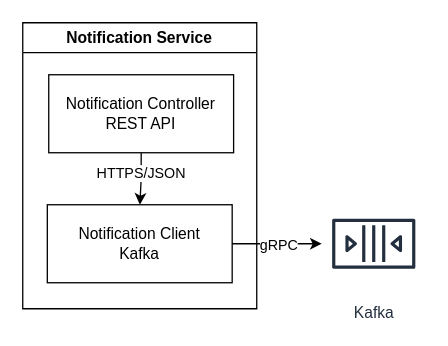
Above: page "Notification" (6 of 6) of ABC C1.drawio in IlyaMoskva/diagrams (draw.io), before the change. Source tidied: cells renumbered, new cells numbered last; positions are measured from the earlier drawing's top-left corner, leaving out a move shared by most shapes. Both pictures are drawn from the tidied source at 130%, with x=0, y=0 at pixel (22, 22).
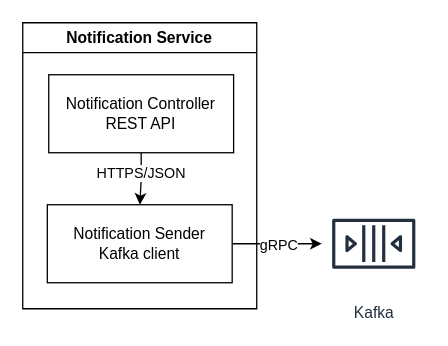
After the change.

What changed in the source:
```diff
@@
 <mxGraphModel>
   <root>
     <mxCell id="0" />
     <mxCell id="1" parent="0" />
     <mxCell id="2" value="Notification Service" style="swimlane;whiteSpace=wrap;html=1;" parent="1" vertex="1">
       <mxGeometry width="180" height="220" as="geometry" />
     </mxCell>
     <mxCell id="3" style="edgeStyle=orthogonalEdgeStyle;rounded=0;jettySize=auto;html=1;" parent="2" edge="1" source="5">
       <mxGeometry relative="1" as="geometry">
         <mxPoint x="90.1" y="140" as="targetPoint" />
       </mxGeometry>
     </mxCell>
     <mxCell id="4" value="HTTPS/JSON" style="edgeLabel;html=1;align=center;verticalAlign=middle;" parent="3" vertex="1">
       <mxGeometry x="-0.25" y="-1" relative="1" as="geometry" />
     </mxCell>
     <mxCell id="5" value="&lt;div&gt;Notification Controller&lt;/div&gt;&lt;div&gt;REST API&lt;/div&gt;" style="whiteSpace=wrap;html=1;" parent="2" vertex="1">
       <mxGeometry x="20" y="40" width="142.2" height="60" as="geometry" />
     </mxCell>
-    <mxCell id="6" value="Notification Client&lt;div&gt;Kafka&lt;/div&gt;" style="whiteSpace=wrap;html=1;" parent="2" vertex="1">
+    <mxCell id="6" value="Notification Sender&lt;div&gt;Kafka client&lt;/div&gt;" style="whiteSpace=wrap;html=1;" parent="2" vertex="1">
       <mxGeometry x="18.9" y="140" width="142.2" height="60" as="geometry" />
     </mxCell>
     <mxCell id="7" value="Kafka" style="sketch=0;outlineConnect=0;fontColor=#232F3E;gradientColor=none;strokeColor=#232F3E;fillColor=#ffffff;dashed=0;verticalLabelPosition=bottom;verticalAlign=top;align=center;html=1;fontSize=12;fontStyle=0;shape=mxgraph.aws4.resourceIcon;resIcon=mxgraph.aws4.queue;" parent="1" vertex="1">
       <mxGeometry x="230" y="130" width="80" height="80" as="geometry" />
     </mxCell>
     <mxCell id="8" style="edgeStyle=orthogonalEdgeStyle;rounded=0;jettySize=auto;html=1;" parent="1" edge="1" source="6" target="7">
       <mxGeometry relative="1" as="geometry" />
     </mxCell>
     <mxCell id="9" value="gRPC" style="edgeLabel;html=1;align=center;verticalAlign=middle;" parent="8" vertex="1">
       <mxGeometry x="0.01" relative="1" as="geometry" />
     </mxCell>
   </root>
 </mxGraphModel>
```
